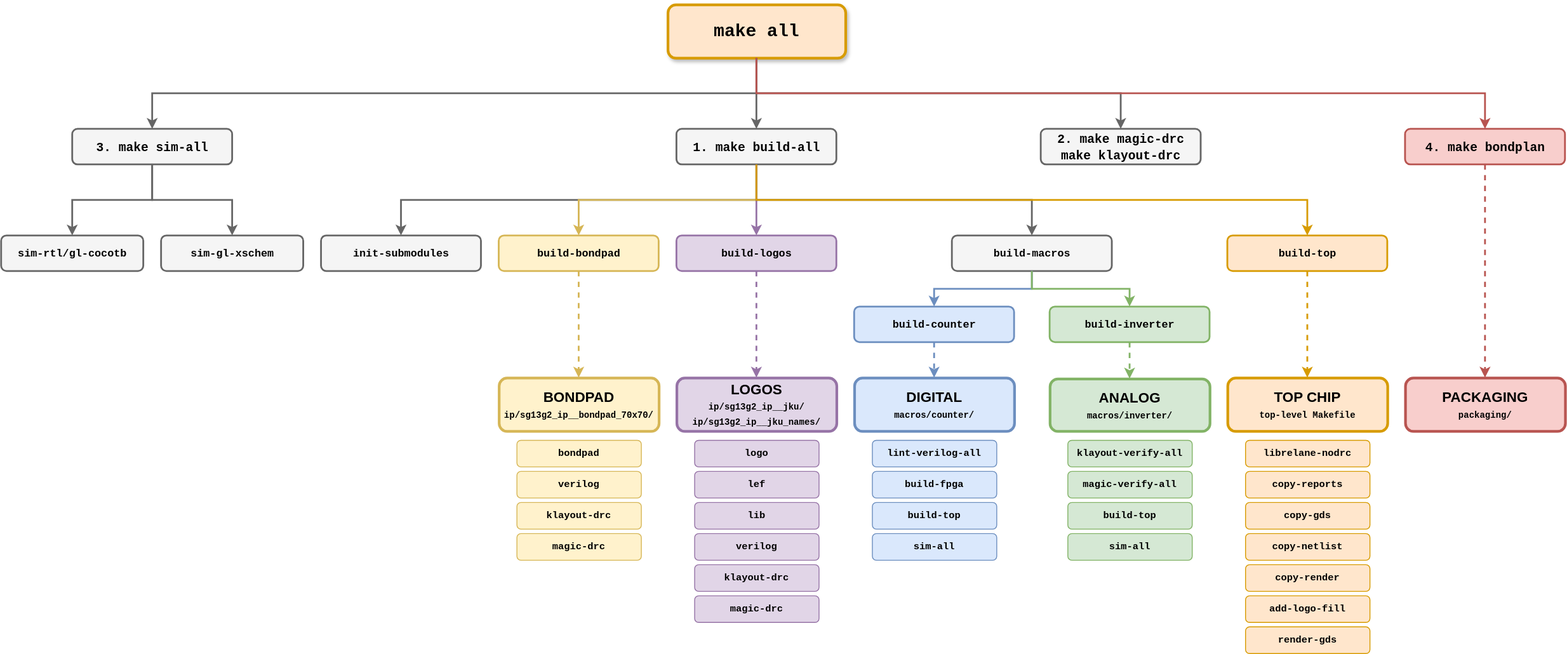
Above: tutorial/fig/targets_overview/targets_overview.svg in iic-jku/ihp-sg13g2-ams-chip-template (draw.io), before the change. Source tidied: cells renumbered, new cells last; positions are measured from the earlier drawing's top-left corner, leaving out a move shared by most shapes.
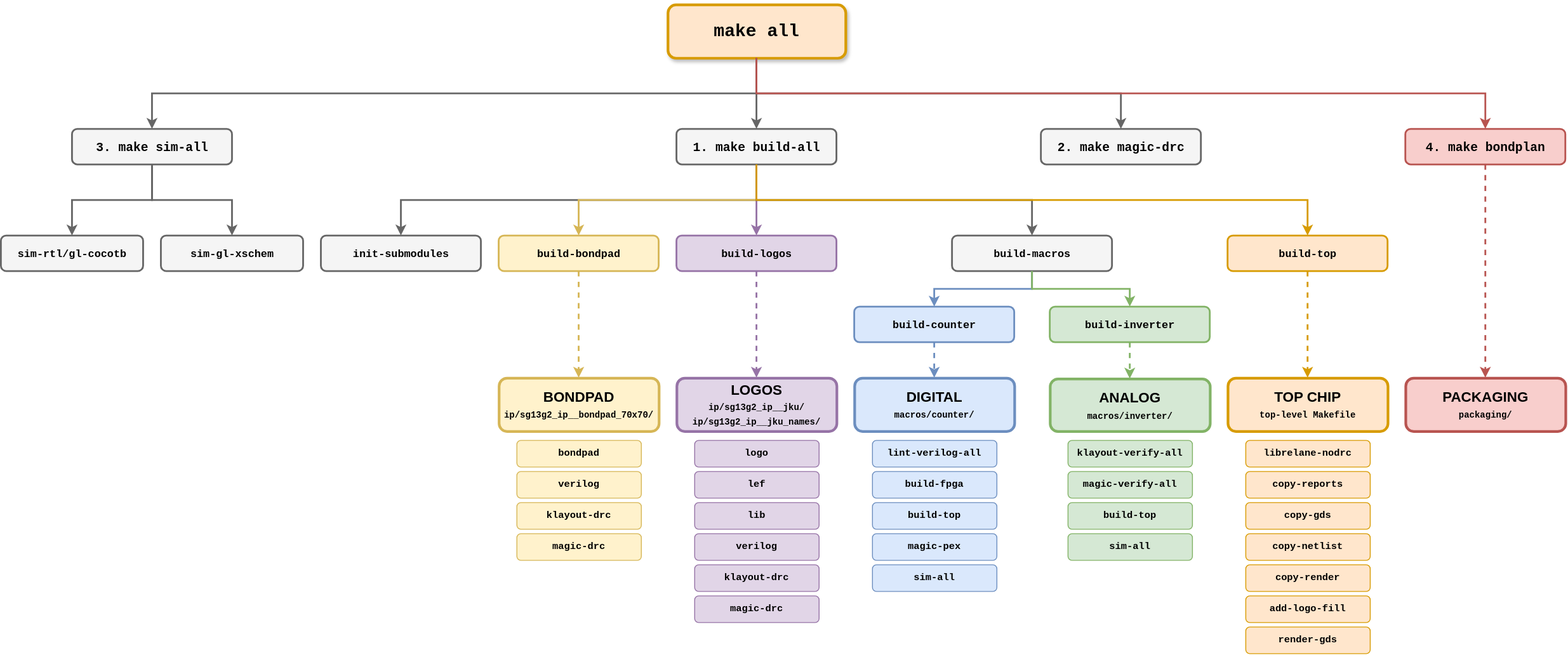
Above is the later version.

Change to the diagram source:
```diff
@@ -11,7 +11,7 @@
     <mxCell id="4" value="&lt;font face=&quot;Courier New&quot;&gt;&lt;b&gt;1. make build-all&lt;/b&gt;&lt;/font&gt;" style="rounded=1;whiteSpace=wrap;html=1;fontSize=14;fillColor=#f5f5f5;strokeColor=#666666;strokeWidth=2;fontStyle=1;verticalAlign=middle;sketch=0;" parent="1" vertex="1">
       <mxGeometry x="760" y="140" width="180" height="40" as="geometry" />
     </mxCell>
-    <mxCell id="5" value="&lt;font face=&quot;Courier New&quot;&gt;&lt;b&gt;2. make magic-drc&lt;/b&gt;&lt;/font&gt;&lt;div&gt;&lt;font face=&quot;Courier New&quot;&gt;&lt;b&gt;make klayout-drc&lt;/b&gt;&lt;/font&gt;&lt;/div&gt;" style="rounded=1;whiteSpace=wrap;html=1;fontSize=14;fillColor=#f5f5f5;strokeColor=#666666;strokeWidth=2;fontStyle=1;verticalAlign=middle;sketch=0;" parent="1" vertex="1">
+    <mxCell id="5" value="&lt;font face=&quot;Courier New&quot;&gt;&lt;b&gt;2. make magic-drc&lt;/b&gt;&lt;/font&gt;" style="rounded=1;whiteSpace=wrap;html=1;fontSize=14;fillColor=#f5f5f5;strokeColor=#666666;strokeWidth=2;fontStyle=1;verticalAlign=middle;sketch=0;" parent="1" vertex="1">
       <mxGeometry x="1170" y="140" width="180" height="40" as="geometry" />
     </mxCell>
     <mxCell id="6" value="&lt;font face=&quot;Courier New&quot; style=&quot;font-size: 12px;&quot;&gt;&lt;b&gt;sim-rtl/gl-cocotb&lt;/b&gt;&lt;/font&gt;" style="rounded=1;whiteSpace=wrap;html=1;fontSize=12;fillColor=#f5f5f5;strokeColor=#666666;strokeWidth=2;fontStyle=1;verticalAlign=middle;sketch=0;" parent="1" vertex="1">
@@ -101,8 +101,11 @@
     <mxCell id="34" value="&lt;font face=&quot;Courier New&quot; style=&quot;font-size: 11px;&quot;&gt;&lt;b&gt;build-top&lt;/b&gt;&lt;/font&gt;" style="rounded=1;whiteSpace=wrap;html=1;fontSize=11;fillColor=#dae8fc;strokeColor=#6c8ebf;strokeWidth=1;fontStyle=0;verticalAlign=middle;sketch=0;" parent="1" vertex="1">
       <mxGeometry x="980" y="560" width="140" height="30" as="geometry" />
     </mxCell>
+    <mxCell id="66" value="&lt;font face=&quot;Courier New&quot; style=&quot;font-size: 11px;&quot;&gt;&lt;b&gt;magic-pex&lt;/b&gt;&lt;/font&gt;" style="rounded=1;whiteSpace=wrap;html=1;fontSize=11;fillColor=#dae8fc;strokeColor=#6c8ebf;strokeWidth=1;fontStyle=0;verticalAlign=middle;sketch=0;" parent="1" vertex="1">
+      <mxGeometry x="980" y="595" width="140" height="30" as="geometry" />
+    </mxCell>
     <mxCell id="35" value="&lt;font face=&quot;Courier New&quot; style=&quot;font-size: 11px;&quot;&gt;&lt;b&gt;sim-all&lt;/b&gt;&lt;/font&gt;" style="rounded=1;whiteSpace=wrap;html=1;fontSize=11;fillColor=#dae8fc;strokeColor=#6c8ebf;strokeWidth=1;fontStyle=0;verticalAlign=middle;sketch=0;" parent="1" vertex="1">
-      <mxGeometry x="980" y="595" width="140" height="30" as="geometry" />
+      <mxGeometry x="980" y="630" width="140" height="30" as="geometry" />
     </mxCell>
     <mxCell id="36" value="&lt;font face=&quot;Courier New&quot; style=&quot;font-size: 11px;&quot;&gt;&lt;b&gt;klayout-verify-all&lt;/b&gt;&lt;/font&gt;" style="rounded=1;whiteSpace=wrap;html=1;fontSize=11;fillColor=#d5e8d4;strokeColor=#82b366;strokeWidth=1;fontStyle=0;verticalAlign=middle;sketch=0;" parent="1" vertex="1">
       <mxGeometry x="1200" y="490" width="140" height="30" as="geometry" />
```
